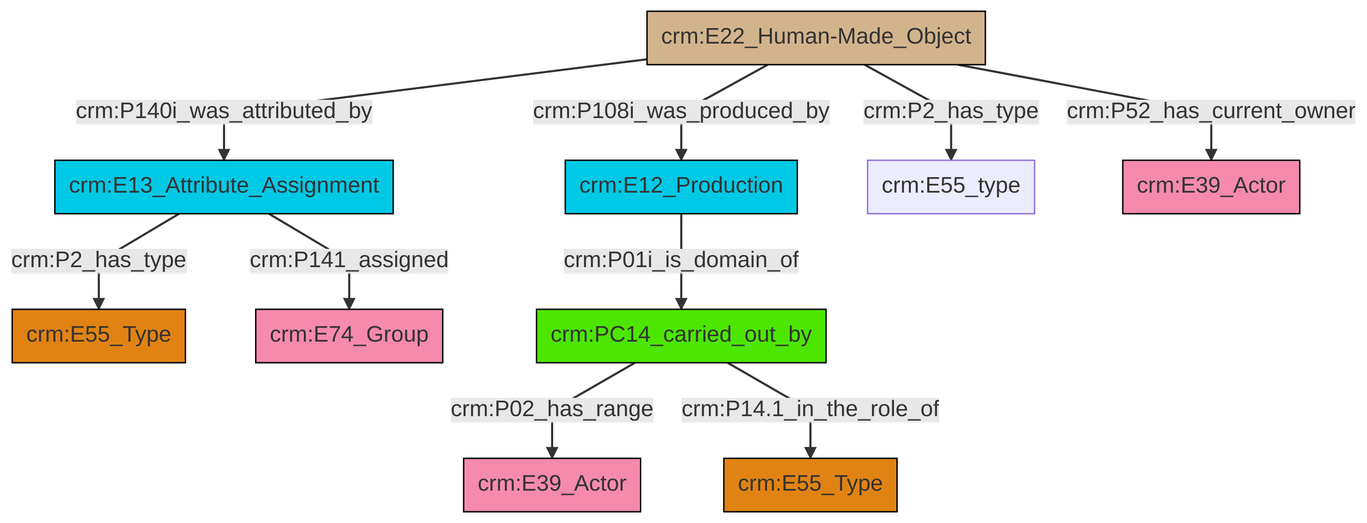
This is et/builtWorkCSV/ttl/mmd/png/Built_Work_actor_relations.png from swiss-art-research-net/reference-data-models, a Mermaid export, as it was before one commit. Its source is kept beside it as et/builtWorkCSV/ttl/mmd/Built_Work_actor_relations.ttl.mmd.
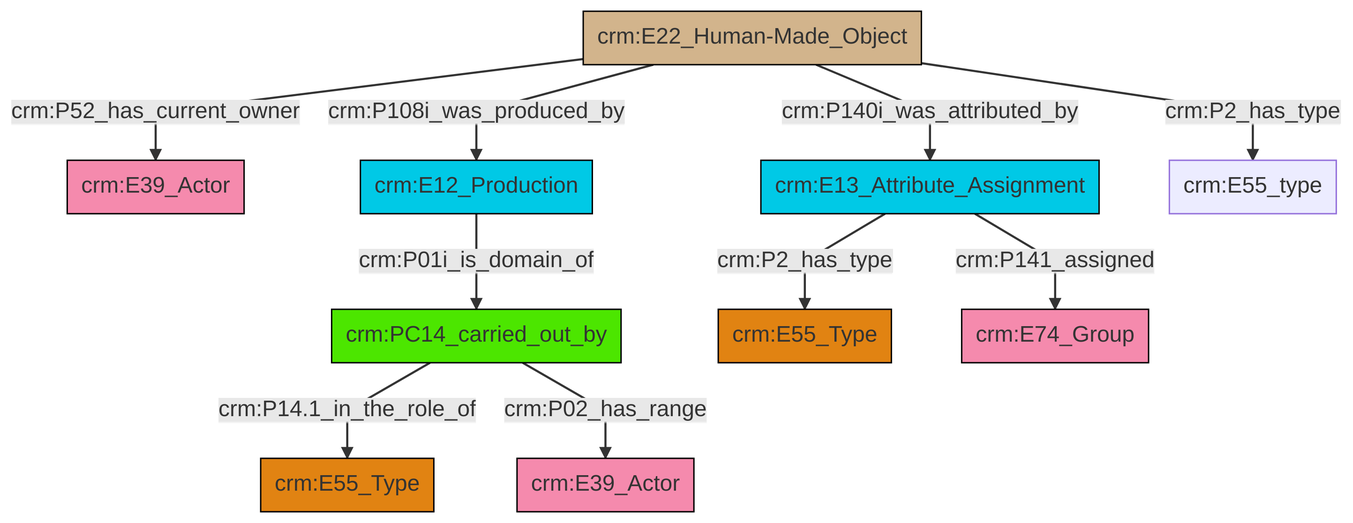
The same diagram one commit later.

The edit, as a diff of the source:
```diff
@@ -13,12 +13,12 @@
 classDef PC_Classes fill:#4ce600, stroke:#000000;
 classDef Multi fill:#cccccc,stroke:#000000;
 
-6["crm:E13_Attribute_Assignment"]:::Temporal_Entity -->|crm:P141_assigned| 7["crm:E74_Group"]:::Actor
-6["crm:E13_Attribute_Assignment"]:::Temporal_Entity -->|crm:P2_has_type| 4["crm:E55_Type"]:::Type
-8["crm:E22_Human-Made_Object"]:::Physical_Thing -->|crm:P140i_was_attributed_by| 6["crm:E13_Attribute_Assignment"]:::Temporal_Entity
-2["crm:E12_Production"]:::Temporal_Entity -->|crm:P01i_is_domain_of| 9["crm:PC14_carried_out_by"]:::PC_Classes
-9["crm:PC14_carried_out_by"]:::PC_Classes -->|crm:P02_has_range| 0["crm:E39_Actor"]:::Actor
-9["crm:PC14_carried_out_by"]:::PC_Classes -->|crm:P14.1_in_the_role_of| 12["crm:E55_Type"]:::Type
-8["crm:E22_Human-Made_Object"]:::Physical_Thing -->|crm:P52_has_current_owner| 18["crm:E39_Actor"]:::Actor
-8["crm:E22_Human-Made_Object"]:::Physical_Thing -->|crm:P2_has_type| 15["crm:E55_type"]:::Default
-8["crm:E22_Human-Made_Object"]:::Physical_Thing -->|crm:P108i_was_produced_by| 2["crm:E12_Production"]:::Temporal_Entity
+0["crm:E22_Human-Made_Object"]:::Physical_Thing -->|crm:P52_has_current_owner| 2["crm:E39_Actor"]:::Actor
+11["crm:E12_Production"]:::Temporal_Entity -->|crm:P01i_is_domain_of| 3["crm:PC14_carried_out_by"]:::PC_Classes
+0["crm:E22_Human-Made_Object"]:::Physical_Thing -->|crm:P2_has_type| 12["crm:E55_type"]:::Default
+0["crm:E22_Human-Made_Object"]:::Physical_Thing -->|crm:P108i_was_produced_by| 11["crm:E12_Production"]:::Temporal_Entity
+5["crm:E13_Attribute_Assignment"]:::Temporal_Entity -->|crm:P141_assigned| 14["crm:E74_Group"]:::Actor
+5["crm:E13_Attribute_Assignment"]:::Temporal_Entity -->|crm:P2_has_type| 7["crm:E55_Type"]:::Type
+3["crm:PC14_carried_out_by"]:::PC_Classes -->|crm:P14.1_in_the_role_of| 9["crm:E55_Type"]:::Type
+0["crm:E22_Human-Made_Object"]:::Physical_Thing -->|crm:P140i_was_attributed_by| 5["crm:E13_Attribute_Assignment"]:::Temporal_Entity
+3["crm:PC14_carried_out_by"]:::PC_Classes -->|crm:P02_has_range| 19["crm:E39_Actor"]:::Actor
```
